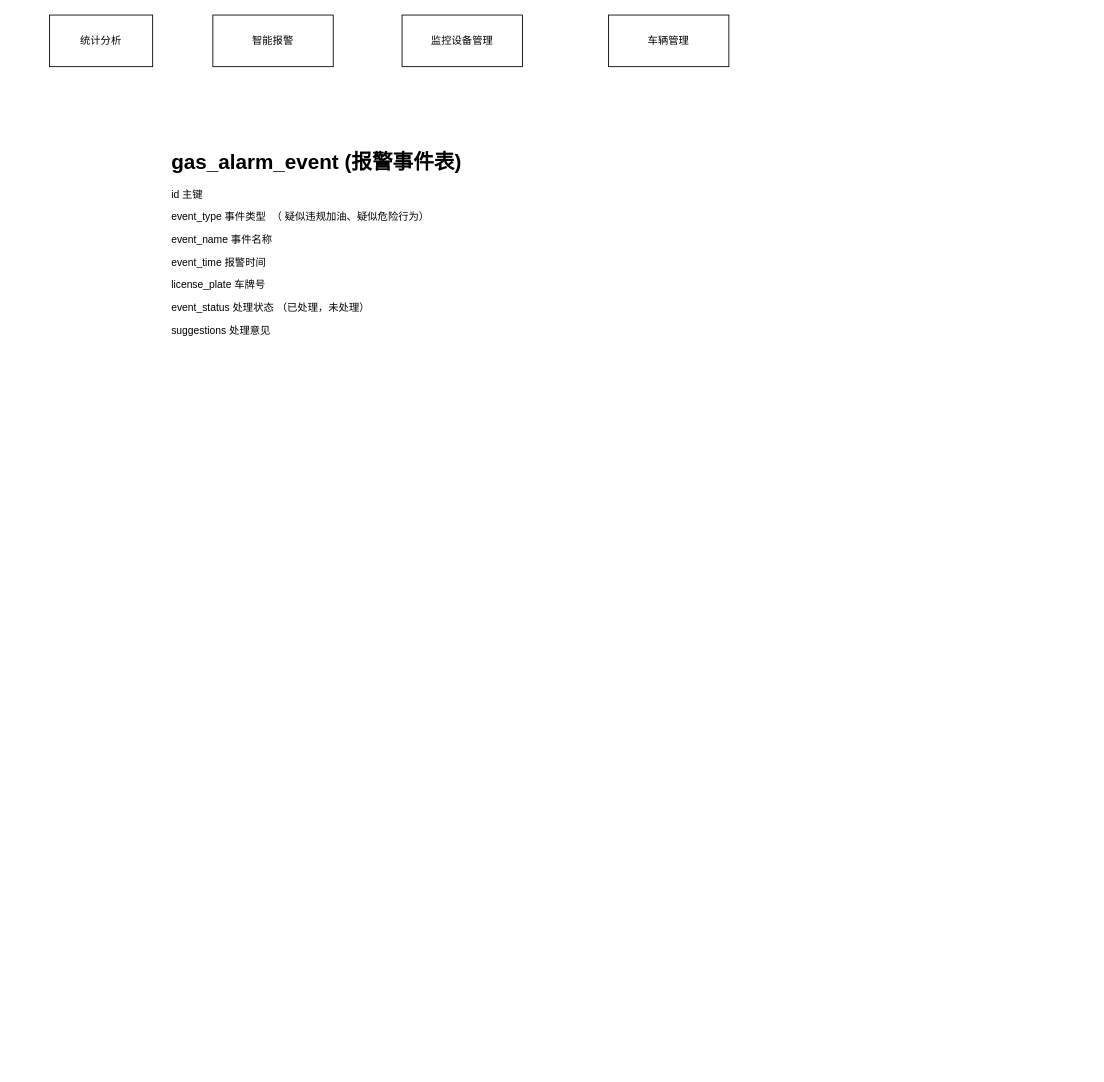
Above: 加油站.drawio in w1041660542/draw.io (draw.io), before the change. Source tidied: cells renumbered, new cells numbered last; positions are measured from the earlier drawing's top-left corner, leaving out a move shared by most shapes. Both pictures are drawn from the tidied source at 86%, with x=0, y=0 at pixel (49, 15).
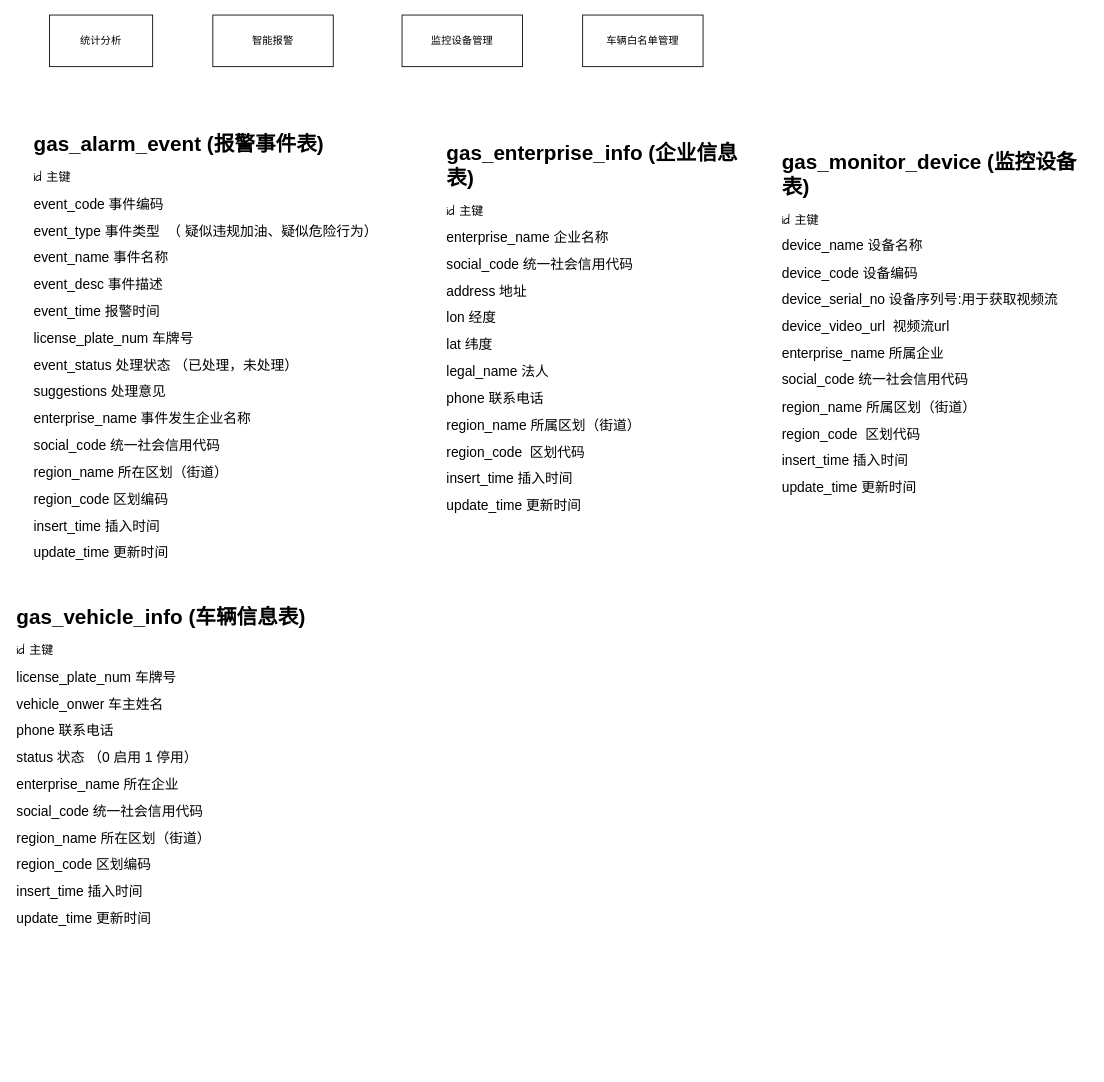
The same diagram, later.

Commit message (it also covers changes not shown here):
更新加油站.drawio

Change to the diagram source:
```diff
@@
 <mxGraphModel>
   <root>
     <mxCell id="0" />
     <mxCell id="1" parent="0" />
     <mxCell id="2" value="智能报警" style="rounded=0;whiteSpace=wrap;html=1;" parent="1" vertex="1">
       <mxGeometry x="190" width="140" height="60" as="geometry" />
     </mxCell>
-    <mxCell id="3" value="车辆管理" style="rounded=0;whiteSpace=wrap;html=1;" parent="1" vertex="1">
-      <mxGeometry x="650" width="140" height="60" as="geometry" />
+    <mxCell id="3" value="车辆白名单管理" style="rounded=0;whiteSpace=wrap;html=1;" parent="1" vertex="1">
+      <mxGeometry x="620" width="140" height="60" as="geometry" />
     </mxCell>
     <mxCell id="4" value="监控设备管理" style="rounded=0;whiteSpace=wrap;html=1;" parent="1" vertex="1">
       <mxGeometry x="410" width="140" height="60" as="geometry" />
     </mxCell>
     <mxCell id="5" value="统计分析" style="rounded=0;whiteSpace=wrap;html=1;" parent="1" vertex="1">
       <mxGeometry width="120" height="60" as="geometry" />
     </mxCell>
     <mxCell id="6" style="edgeStyle=orthogonalEdgeStyle;rounded=0;orthogonalLoop=1;jettySize=auto;html=1;exitX=0.5;exitY=1;exitDx=0;exitDy=0;" parent="1" edge="1" source="3" target="3">
       <mxGeometry relative="1" as="geometry" />
     </mxCell>
-    <mxCell id="7" value="&lt;h1 style=&quot;margin-top: 0px;&quot;&gt;gas_alarm_event (报警事件表)&lt;/h1&gt;&lt;p&gt;id 主键&lt;/p&gt;&lt;p&gt;event_type 事件类型&amp;nbsp; （ 疑似违规加油、疑似危险行为）&lt;/p&gt;&lt;p&gt;event_name 事件名称&lt;/p&gt;&lt;p&gt;event_time 报警时间&lt;/p&gt;&lt;p&gt;license_plate 车牌号&lt;/p&gt;&lt;p&gt;event_status 处理状态 （已处理，未处理）&lt;/p&gt;&lt;p&gt;suggestions 处理意见&lt;/p&gt;&lt;p&gt;&lt;br&gt;&lt;/p&gt;&lt;p&gt;&lt;br&gt;&lt;/p&gt;&lt;p&gt;&lt;br&gt;&lt;/p&gt;&lt;p&gt;&lt;br&gt;&lt;/p&gt;&lt;p&gt;&lt;br&gt;&lt;/p&gt;&lt;p&gt;&lt;br&gt;&lt;/p&gt;&lt;p&gt;&lt;br&gt;&lt;/p&gt;&lt;p&gt;&lt;br&gt;&lt;/p&gt;" style="text;html=1;whiteSpace=wrap;overflow=hidden;rounded=0;" parent="1" vertex="1">
-      <mxGeometry x="140" y="150" width="420" height="340" as="geometry" />
+    <mxCell id="7" value="&lt;h1 style=&quot;margin-top: 0px;&quot;&gt;gas_alarm_event (报警事件表)&lt;/h1&gt;&lt;p&gt;&lt;font style=&quot;font-size: 14px;&quot; face=&quot;Comic Sans MS&quot;&gt;id 主键&lt;/font&gt;&lt;/p&gt;&lt;p&gt;&lt;font size=&quot;3&quot; face=&quot;pA2WaNrmWoAHRlG2UkTE&quot;&gt;event_code 事件编码&lt;/font&gt;&lt;/p&gt;&lt;p&gt;&lt;font size=&quot;3&quot; face=&quot;pA2WaNrmWoAHRlG2UkTE&quot;&gt;event_type 事件类型&amp;nbsp; （ 疑似违规加油、疑似危险行为）&lt;/font&gt;&lt;/p&gt;&lt;p&gt;&lt;font size=&quot;3&quot; face=&quot;pA2WaNrmWoAHRlG2UkTE&quot;&gt;event_name 事件名称&lt;/font&gt;&lt;/p&gt;&lt;p&gt;&lt;font size=&quot;3&quot; face=&quot;pA2WaNrmWoAHRlG2UkTE&quot;&gt;event_desc 事件描述&lt;/font&gt;&lt;/p&gt;&lt;p&gt;&lt;font size=&quot;3&quot; face=&quot;pA2WaNrmWoAHRlG2UkTE&quot;&gt;event_time 报警时间&lt;/font&gt;&lt;/p&gt;&lt;p&gt;&lt;font size=&quot;3&quot; face=&quot;pA2WaNrmWoAHRlG2UkTE&quot;&gt;license_plate_num 车牌号&lt;/font&gt;&lt;/p&gt;&lt;p&gt;&lt;font size=&quot;3&quot; face=&quot;pA2WaNrmWoAHRlG2UkTE&quot;&gt;event_status 处理状态 （已处理，未处理）&lt;/font&gt;&lt;/p&gt;&lt;p&gt;&lt;font size=&quot;3&quot; face=&quot;pA2WaNrmWoAHRlG2UkTE&quot;&gt;suggestions 处理意见&lt;/font&gt;&lt;/p&gt;&lt;p&gt;&lt;font size=&quot;3&quot; face=&quot;pA2WaNrmWoAHRlG2UkTE&quot;&gt;enterprise_name 事件发生企业名称&lt;/font&gt;&lt;/p&gt;&lt;p&gt;&lt;font size=&quot;3&quot; face=&quot;pA2WaNrmWoAHRlG2UkTE&quot;&gt;social_code 统一社会信用代码&lt;/font&gt;&lt;/p&gt;&lt;p&gt;&lt;font size=&quot;3&quot; face=&quot;pA2WaNrmWoAHRlG2UkTE&quot;&gt;region_name 所在区划（街道）&lt;/font&gt;&lt;/p&gt;&lt;p&gt;&lt;font size=&quot;3&quot; face=&quot;pA2WaNrmWoAHRlG2UkTE&quot;&gt;region_code 区划编码&lt;/font&gt;&lt;/p&gt;&lt;p&gt;&lt;font size=&quot;3&quot; face=&quot;pA2WaNrmWoAHRlG2UkTE&quot;&gt;insert_time 插入时间&lt;/font&gt;&lt;/p&gt;&lt;p&gt;&lt;font size=&quot;3&quot; face=&quot;pA2WaNrmWoAHRlG2UkTE&quot;&gt;update_time 更新时间&lt;/font&gt;&lt;/p&gt;&lt;p&gt;&lt;br&gt;&lt;/p&gt;&lt;p&gt;&lt;br&gt;&lt;/p&gt;&lt;p&gt;&lt;br&gt;&lt;/p&gt;&lt;p&gt;&lt;br&gt;&lt;/p&gt;&lt;p&gt;&lt;br&gt;&lt;/p&gt;&lt;p&gt;&lt;br&gt;&lt;/p&gt;&lt;p&gt;&lt;br&gt;&lt;/p&gt;&lt;p&gt;&lt;br&gt;&lt;/p&gt;&lt;p&gt;&lt;br&gt;&lt;/p&gt;&lt;p&gt;&lt;br&gt;&lt;/p&gt;&lt;p&gt;&lt;br&gt;&lt;/p&gt;&lt;p&gt;&lt;br&gt;&lt;/p&gt;&lt;p&gt;&lt;br&gt;&lt;/p&gt;&lt;p&gt;&lt;br&gt;&lt;/p&gt;&lt;p&gt;&lt;br&gt;&lt;/p&gt;&lt;p&gt;&lt;br&gt;&lt;/p&gt;&lt;p&gt;&lt;br&gt;&lt;/p&gt;&lt;p&gt;&lt;br&gt;&lt;/p&gt;&lt;p&gt;&lt;br&gt;&lt;/p&gt;&lt;p&gt;&lt;br&gt;&lt;/p&gt;" style="text;html=1;whiteSpace=wrap;overflow=hidden;rounded=0;" parent="1" vertex="1">
+      <mxGeometry x="-20" y="130" width="410" height="540" as="geometry" />
     </mxCell>
+    <mxCell id="8" value="&lt;h1 style=&quot;margin-top: 0px;&quot;&gt;gas_enterprise_info (企业信息表)&lt;/h1&gt;&lt;p&gt;&lt;font face=&quot;Comic Sans MS&quot; style=&quot;font-size: 14px;&quot;&gt;id 主键&lt;/font&gt;&lt;/p&gt;&lt;p&gt;&lt;font face=&quot;lQQ8CcXx9eXqo_a_rsYb&quot; size=&quot;3&quot;&gt;enterprise_name 企业名称&lt;/font&gt;&lt;/p&gt;&lt;p class=&quot;MsoNormal&quot;&gt;&lt;font face=&quot;lQQ8CcXx9eXqo_a_rsYb&quot; size=&quot;3&quot;&gt;social_code 统一社会信用代码&lt;/font&gt;&lt;/p&gt;&lt;p class=&quot;MsoNormal&quot;&gt;&lt;font face=&quot;lQQ8CcXx9eXqo_a_rsYb&quot; size=&quot;3&quot;&gt;address 地址&lt;/font&gt;&lt;/p&gt;&lt;p class=&quot;MsoNormal&quot;&gt;&lt;font face=&quot;lQQ8CcXx9eXqo_a_rsYb&quot; size=&quot;3&quot;&gt;lon 经度&lt;/font&gt;&lt;/p&gt;&lt;p class=&quot;MsoNormal&quot;&gt;&lt;font face=&quot;lQQ8CcXx9eXqo_a_rsYb&quot; size=&quot;3&quot;&gt;lat 纬度&lt;/font&gt;&lt;/p&gt;&lt;p class=&quot;MsoNormal&quot;&gt;&lt;font face=&quot;lQQ8CcXx9eXqo_a_rsYb&quot; size=&quot;3&quot;&gt;legal_name 法人&lt;/font&gt;&lt;/p&gt;&lt;p class=&quot;MsoNormal&quot;&gt;&lt;font face=&quot;lQQ8CcXx9eXqo_a_rsYb&quot; size=&quot;3&quot;&gt;phone 联系电话&lt;/font&gt;&lt;/p&gt;&lt;p class=&quot;MsoNormal&quot;&gt;&lt;font face=&quot;lQQ8CcXx9eXqo_a_rsYb&quot; size=&quot;3&quot;&gt;region_name 所属区划（街道）&lt;/font&gt;&lt;/p&gt;&lt;p class=&quot;MsoNormal&quot;&gt;&lt;font face=&quot;lQQ8CcXx9eXqo_a_rsYb&quot; size=&quot;3&quot;&gt;region_code&amp;nbsp; 区划代码&lt;/font&gt;&lt;/p&gt;&lt;p&gt;&lt;font face=&quot;lQQ8CcXx9eXqo_a_rsYb&quot; size=&quot;3&quot;&gt;insert_time 插入时间&lt;/font&gt;&lt;/p&gt;&lt;p&gt;&lt;font face=&quot;lQQ8CcXx9eXqo_a_rsYb&quot; size=&quot;3&quot;&gt;update_time 更新时间&lt;/font&gt;&lt;/p&gt;&lt;p class=&quot;MsoNormal&quot;&gt;&lt;br&gt;&lt;/p&gt;&lt;p class=&quot;MsoNormal&quot;&gt;&lt;br&gt;&lt;/p&gt;&lt;p class=&quot;MsoNormal&quot;&gt;&lt;br&gt;&lt;/p&gt;&lt;p class=&quot;MsoNormal&quot;&gt;&lt;br&gt;&lt;/p&gt;&lt;p class=&quot;MsoNormal&quot;&gt;&lt;span style=&quot;mso-spacerun:'yes';font-family:'Times New Roman';mso-fareast-font-family:宋体;&lt;br/&gt;font-size:12.0000pt;mso-font-kerning:1.0000pt;&quot;&gt;&lt;br&gt;&lt;/span&gt;&lt;/p&gt;&lt;p&gt;&lt;br&gt;&lt;/p&gt;&lt;p&gt;&lt;br&gt;&lt;/p&gt;&lt;p&gt;&lt;br&gt;&lt;/p&gt;&lt;p&gt;&lt;br&gt;&lt;/p&gt;&lt;p&gt;&lt;br&gt;&lt;/p&gt;&lt;p&gt;&lt;br&gt;&lt;/p&gt;&lt;p&gt;&lt;br&gt;&lt;/p&gt;&lt;p&gt;&lt;br&gt;&lt;/p&gt;&lt;p&gt;&lt;br&gt;&lt;/p&gt;&lt;p&gt;&lt;br&gt;&lt;/p&gt;&lt;p&gt;&lt;br&gt;&lt;/p&gt;&lt;p&gt;&lt;br&gt;&lt;/p&gt;&lt;p&gt;&lt;br&gt;&lt;/p&gt;" style="text;html=1;whiteSpace=wrap;overflow=hidden;rounded=0;" parent="1" vertex="1">
+      <mxGeometry x="460" y="140" width="350" height="460" as="geometry" />
+    </mxCell>
+    <mxCell id="9" value="&lt;h1 style=&quot;margin-top: 0px;&quot;&gt;gas_monitor_device (监控设备表)&lt;/h1&gt;&lt;p&gt;&lt;font face=&quot;Comic Sans MS&quot; style=&quot;font-size: 14px;&quot;&gt;id 主键&lt;/font&gt;&lt;/p&gt;&lt;p&gt;&lt;font size=&quot;3&quot; face=&quot;XctV_WJg1mligg5Gn1zE&quot; style=&quot;&quot;&gt;device_name 设备名称&lt;/font&gt;&lt;/p&gt;&lt;p&gt;&lt;font face=&quot;XctV_WJg1mligg5Gn1zE&quot; size=&quot;3&quot;&gt;device_code 设备编码&lt;/font&gt;&lt;/p&gt;&lt;p&gt;&lt;font face=&quot;XctV_WJg1mligg5Gn1zE&quot; size=&quot;3&quot;&gt;device_serial_no 设备序列号:用于获取视频流&lt;/font&gt;&lt;/p&gt;&lt;p&gt;&lt;span style=&quot;font-family: XctV_WJg1mligg5Gn1zE; font-size: medium; background-color: initial;&quot;&gt;device_&lt;/span&gt;&lt;span style=&quot;font-family: XctV_WJg1mligg5Gn1zE; font-size: medium; background-color: initial;&quot;&gt;video_url&amp;nbsp; 视频流url&lt;/span&gt;&lt;/p&gt;&lt;p&gt;&lt;font face=&quot;lQQ8CcXx9eXqo_a_rsYb&quot; size=&quot;3&quot;&gt;enterprise_name 所属企业&lt;/font&gt;&lt;/p&gt;&lt;p class=&quot;MsoNormal&quot;&gt;&lt;font face=&quot;lQQ8CcXx9eXqo_a_rsYb&quot; size=&quot;3&quot;&gt;social_code 统一社会信用代码&lt;/font&gt;&lt;/p&gt;&lt;p class=&quot;MsoNormal&quot;&gt;&lt;font face=&quot;lQQ8CcXx9eXqo_a_rsYb&quot; size=&quot;3&quot;&gt;region_name 所属区划（街道）&lt;/font&gt;&lt;/p&gt;&lt;p class=&quot;MsoNormal&quot;&gt;&lt;font face=&quot;lQQ8CcXx9eXqo_a_rsYb&quot; size=&quot;3&quot;&gt;region_code&amp;nbsp; 区划代码&lt;/font&gt;&lt;/p&gt;&lt;p&gt;&lt;font face=&quot;lQQ8CcXx9eXqo_a_rsYb&quot; size=&quot;3&quot;&gt;insert_time 插入时间&lt;/font&gt;&lt;/p&gt;&lt;p&gt;&lt;font face=&quot;lQQ8CcXx9eXqo_a_rsYb&quot; size=&quot;3&quot;&gt;update_time 更新时间&lt;/font&gt;&lt;/p&gt;&lt;p&gt;&lt;font face=&quot;XctV_WJg1mligg5Gn1zE&quot; size=&quot;3&quot;&gt;&lt;br&gt;&lt;/font&gt;&lt;/p&gt;&lt;p&gt;&lt;font face=&quot;AWlIis-h2A4w1dmPVEvH&quot; size=&quot;3&quot;&gt;&lt;br&gt;&lt;/font&gt;&lt;/p&gt;&lt;p class=&quot;MsoNormal&quot;&gt;&lt;br&gt;&lt;/p&gt;&lt;p class=&quot;MsoNormal&quot;&gt;&lt;br&gt;&lt;/p&gt;&lt;p class=&quot;MsoNormal&quot;&gt;&lt;br&gt;&lt;/p&gt;&lt;p class=&quot;MsoNormal&quot;&gt;&lt;br&gt;&lt;/p&gt;&lt;p class=&quot;MsoNormal&quot;&gt;&lt;br&gt;&lt;/p&gt;&lt;p class=&quot;MsoNormal&quot;&gt;&lt;span style=&quot;mso-spacerun:'yes';font-family:'Times New Roman';mso-fareast-font-family:宋体;&lt;br/&gt;font-size:12.0000pt;mso-font-kerning:1.0000pt;&quot;&gt;&lt;br&gt;&lt;/span&gt;&lt;/p&gt;&lt;p&gt;&lt;br&gt;&lt;/p&gt;&lt;p&gt;&lt;br&gt;&lt;/p&gt;&lt;p&gt;&lt;br&gt;&lt;/p&gt;&lt;p&gt;&lt;br&gt;&lt;/p&gt;&lt;p&gt;&lt;br&gt;&lt;/p&gt;&lt;p&gt;&lt;br&gt;&lt;/p&gt;&lt;p&gt;&lt;br&gt;&lt;/p&gt;&lt;p&gt;&lt;br&gt;&lt;/p&gt;&lt;p&gt;&lt;br&gt;&lt;/p&gt;&lt;p&gt;&lt;br&gt;&lt;/p&gt;&lt;p&gt;&lt;br&gt;&lt;/p&gt;&lt;p&gt;&lt;br&gt;&lt;/p&gt;&lt;p&gt;&lt;br&gt;&lt;/p&gt;" style="text;html=1;whiteSpace=wrap;overflow=hidden;rounded=0;" parent="1" vertex="1">
+      <mxGeometry x="850" y="150" width="360" height="440" as="geometry" />
+    </mxCell>
+    <mxCell id="10" value="&lt;h1 style=&quot;margin-top: 0px;&quot;&gt;gas_vehicle_info (车辆信息表)&lt;/h1&gt;&lt;p&gt;&lt;font face=&quot;Comic Sans MS&quot; style=&quot;font-size: 14px;&quot;&gt;id 主键&lt;/font&gt;&lt;/p&gt;&lt;p&gt;&lt;span style=&quot;font-family: pA2WaNrmWoAHRlG2UkTE; font-size: medium;&quot;&gt;license_plate_num 车牌号&lt;/span&gt;&lt;/p&gt;&lt;p&gt;&lt;font size=&quot;3&quot; face=&quot;pA2WaNrmWoAHRlG2UkTE&quot;&gt;vehicle_onwer 车主姓名&lt;/font&gt;&lt;/p&gt;&lt;p&gt;&lt;font size=&quot;3&quot; face=&quot;pA2WaNrmWoAHRlG2UkTE&quot;&gt;phone 联系电话&lt;/font&gt;&lt;/p&gt;&lt;p&gt;&lt;font size=&quot;3&quot; face=&quot;pA2WaNrmWoAHRlG2UkTE&quot;&gt;status 状态 （0 启用 1 停用）&lt;/font&gt;&lt;/p&gt;&lt;p&gt;&lt;font face=&quot;lQQ8CcXx9eXqo_a_rsYb&quot; size=&quot;3&quot;&gt;enterprise_name 所在企业&lt;/font&gt;&lt;/p&gt;&lt;p class=&quot;MsoNormal&quot;&gt;&lt;font face=&quot;lQQ8CcXx9eXqo_a_rsYb&quot; size=&quot;3&quot;&gt;social_code 统一社会信用代码&lt;/font&gt;&lt;/p&gt;&lt;p&gt;&lt;font size=&quot;3&quot; face=&quot;pA2WaNrmWoAHRlG2UkTE&quot;&gt;region_name 所在区划（街道）&lt;/font&gt;&lt;/p&gt;&lt;p&gt;&lt;font size=&quot;3&quot; face=&quot;pA2WaNrmWoAHRlG2UkTE&quot;&gt;region_code 区划编码&lt;/font&gt;&lt;/p&gt;&lt;p&gt;&lt;font size=&quot;3&quot; face=&quot;pA2WaNrmWoAHRlG2UkTE&quot;&gt;insert_time 插入时间&lt;/font&gt;&lt;/p&gt;&lt;p&gt;&lt;font size=&quot;3&quot; face=&quot;pA2WaNrmWoAHRlG2UkTE&quot;&gt;update_time 更新时间&lt;/font&gt;&lt;/p&gt;&lt;p&gt;&lt;font size=&quot;3&quot; face=&quot;pA2WaNrmWoAHRlG2UkTE&quot;&gt;&lt;br&gt;&lt;/font&gt;&lt;/p&gt;&lt;p&gt;&lt;br&gt;&lt;/p&gt;&lt;p&gt;&lt;br&gt;&lt;/p&gt;&lt;p&gt;&lt;br&gt;&lt;/p&gt;&lt;p&gt;&lt;br&gt;&lt;/p&gt;&lt;p&gt;&lt;br&gt;&lt;/p&gt;&lt;p&gt;&lt;br&gt;&lt;/p&gt;&lt;p&gt;&lt;br&gt;&lt;/p&gt;&lt;p&gt;&lt;br&gt;&lt;/p&gt;&lt;p&gt;&lt;br&gt;&lt;/p&gt;&lt;p&gt;&lt;br&gt;&lt;/p&gt;&lt;p&gt;&lt;br&gt;&lt;/p&gt;&lt;p&gt;&lt;br&gt;&lt;/p&gt;&lt;p&gt;&lt;br&gt;&lt;/p&gt;&lt;p&gt;&lt;br&gt;&lt;/p&gt;&lt;p&gt;&lt;br&gt;&lt;/p&gt;&lt;p&gt;&lt;br&gt;&lt;/p&gt;&lt;p&gt;&lt;br&gt;&lt;/p&gt;&lt;p&gt;&lt;br&gt;&lt;/p&gt;&lt;p&gt;&lt;br&gt;&lt;/p&gt;&lt;p&gt;&lt;br&gt;&lt;/p&gt;" style="text;html=1;whiteSpace=wrap;overflow=hidden;rounded=0;" parent="1" vertex="1">
+      <mxGeometry x="-40" y="680" width="410" height="540" as="geometry" />
+    </mxCell>
   </root>
 </mxGraphModel>
```
